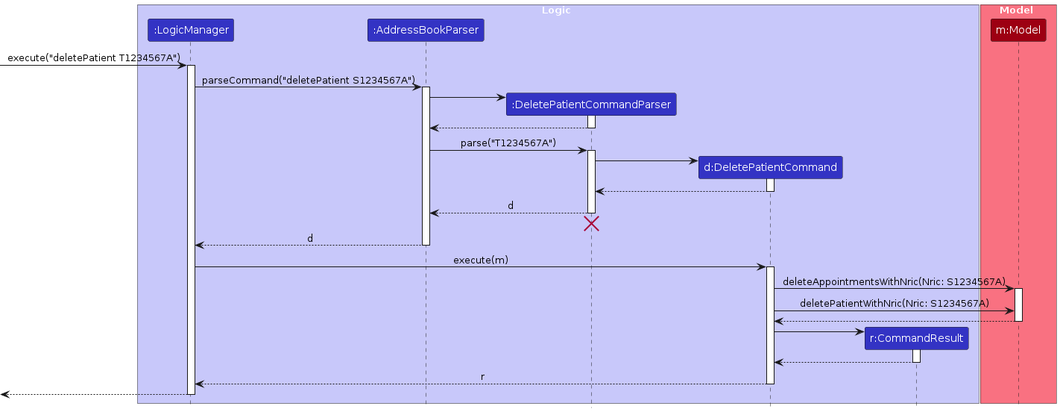
Above: diagrams/DeleteSequenceDiagram.png in AY2324S2-CS2103T-F10-3/tp (PlantUML), before the change. Its source is kept beside it as diagrams/DeleteSequenceDiagram.puml.
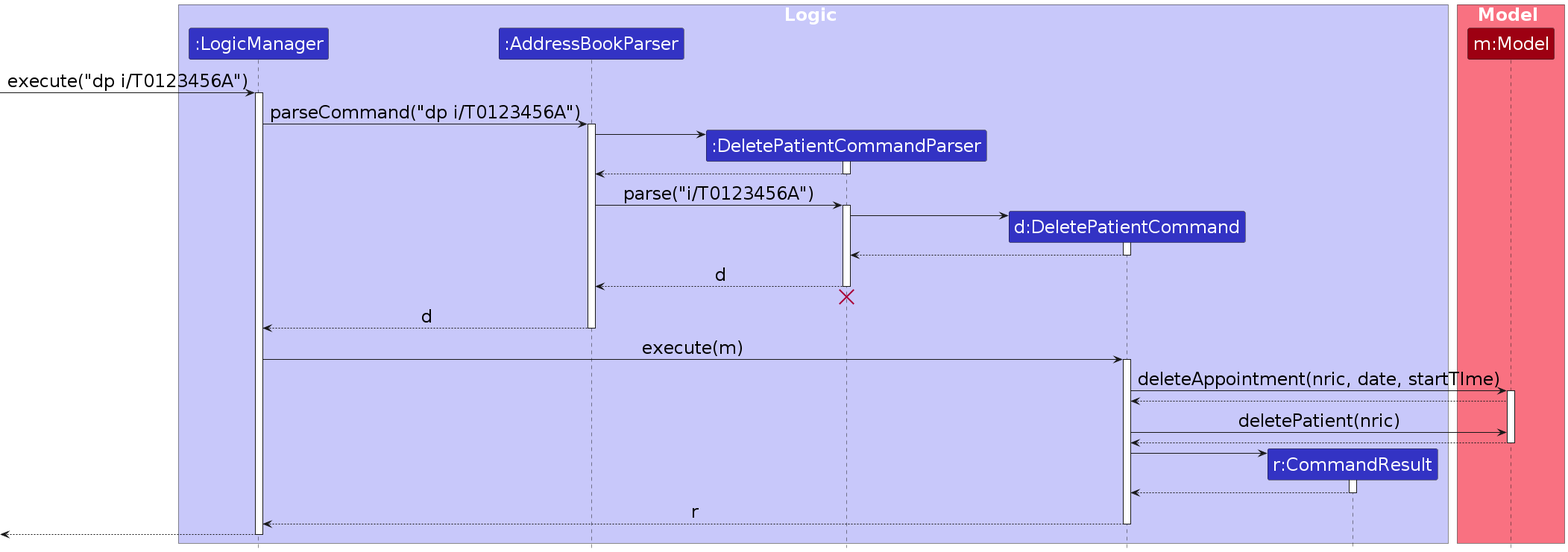
The same file after the commit.

Diff of the diagram source:
```diff
@@ -1,6 +1,7 @@
 @startuml
 !include style.puml
 skinparam ArrowFontStyle plain
+skinparam defaultFontSize 24
 
 box Logic LOGIC_COLOR_T1
 participant ":LogicManager" as LogicManager LOGIC_COLOR
@@ -14,10 +15,10 @@
 participant "m:Model" as Model MODEL_COLOR
 end box
 
-[-> LogicManager : execute("deletePatient T1234567A")
+[-> LogicManager : execute("dp i/T0123456A")
 activate LogicManager
 
-LogicManager -> AddressBookParser : parseCommand("deletePatient S1234567A")
+LogicManager -> AddressBookParser : parseCommand("dp i/T0123456A")
 activate AddressBookParser
 
 create DeletePatientCommandParser
@@ -27,7 +28,7 @@
 DeletePatientCommandParser --> AddressBookParser
 deactivate DeletePatientCommandParser
 
-AddressBookParser -> DeletePatientCommandParser : parse("T1234567A")
+AddressBookParser -> DeletePatientCommandParser : parse("i/T0123456A")
 activate DeletePatientCommandParser
 
 create DeletePatientCommand
@@ -48,11 +49,11 @@
 LogicManager -> DeletePatientCommand : execute(m)
 activate DeletePatientCommand
 
-DeletePatientCommand -> Model : deleteAppointmentsWithNric(Nric: S1234567A)
+DeletePatientCommand -> Model : deleteAppointment(nric, date, startTIme)
 activate Model
+Model --> DeletePatientCommand
 
-DeletePatientCommand -> Model : deletePatientWithNric(Nric: S1234567A)
-
+DeletePatientCommand -> Model : deletePatient(nric)
 Model --> DeletePatientCommand
 deactivate Model
 
```
